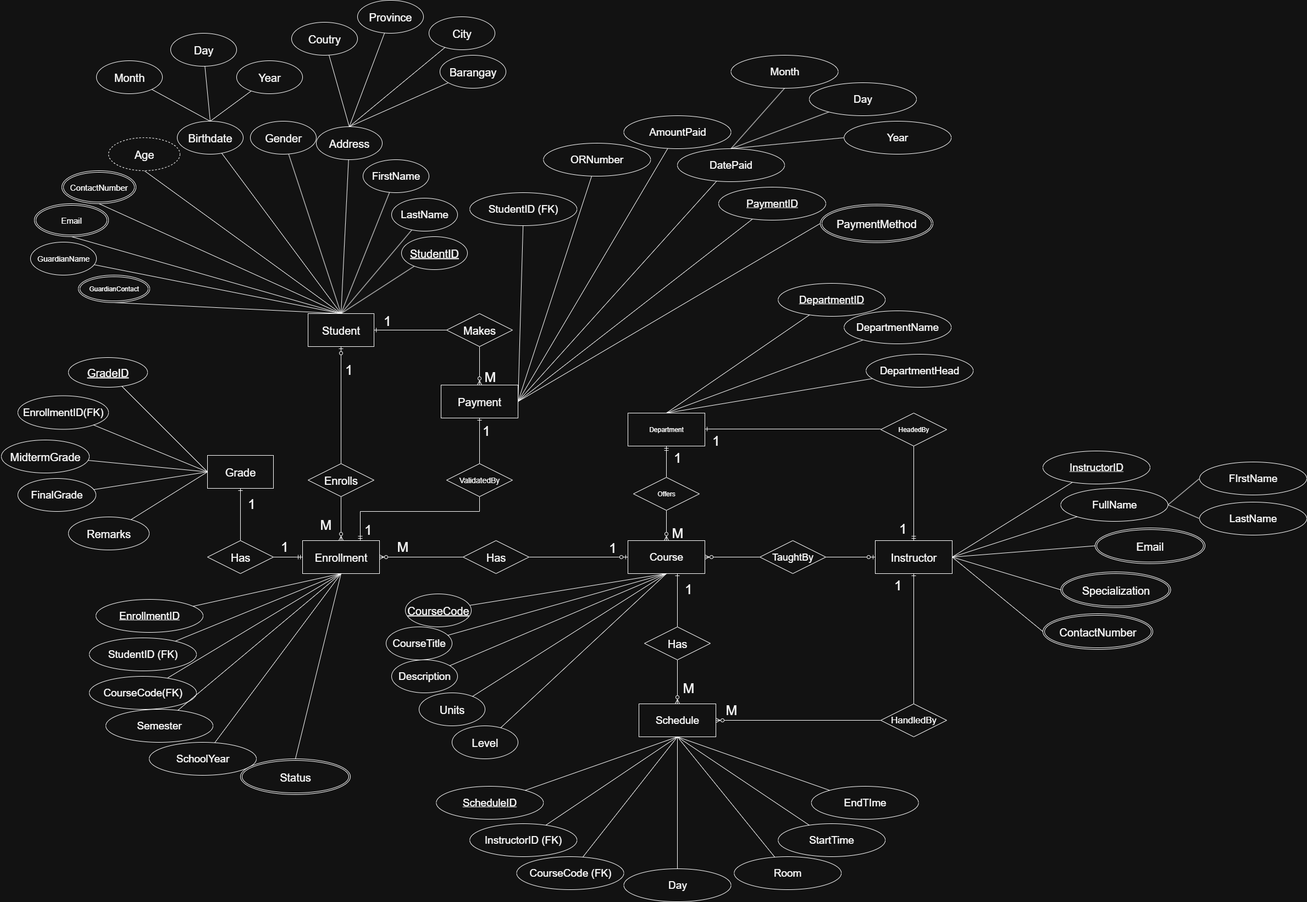
Before: Projects/balaguer.drawio.png, a diagram exported from draw.io (N0Obitaz/DrawIODiagrams). Source tidied: cells renumbered, new cells last; positions are measured from the earlier drawing's top-left corner, leaving out a move shared by most shapes.
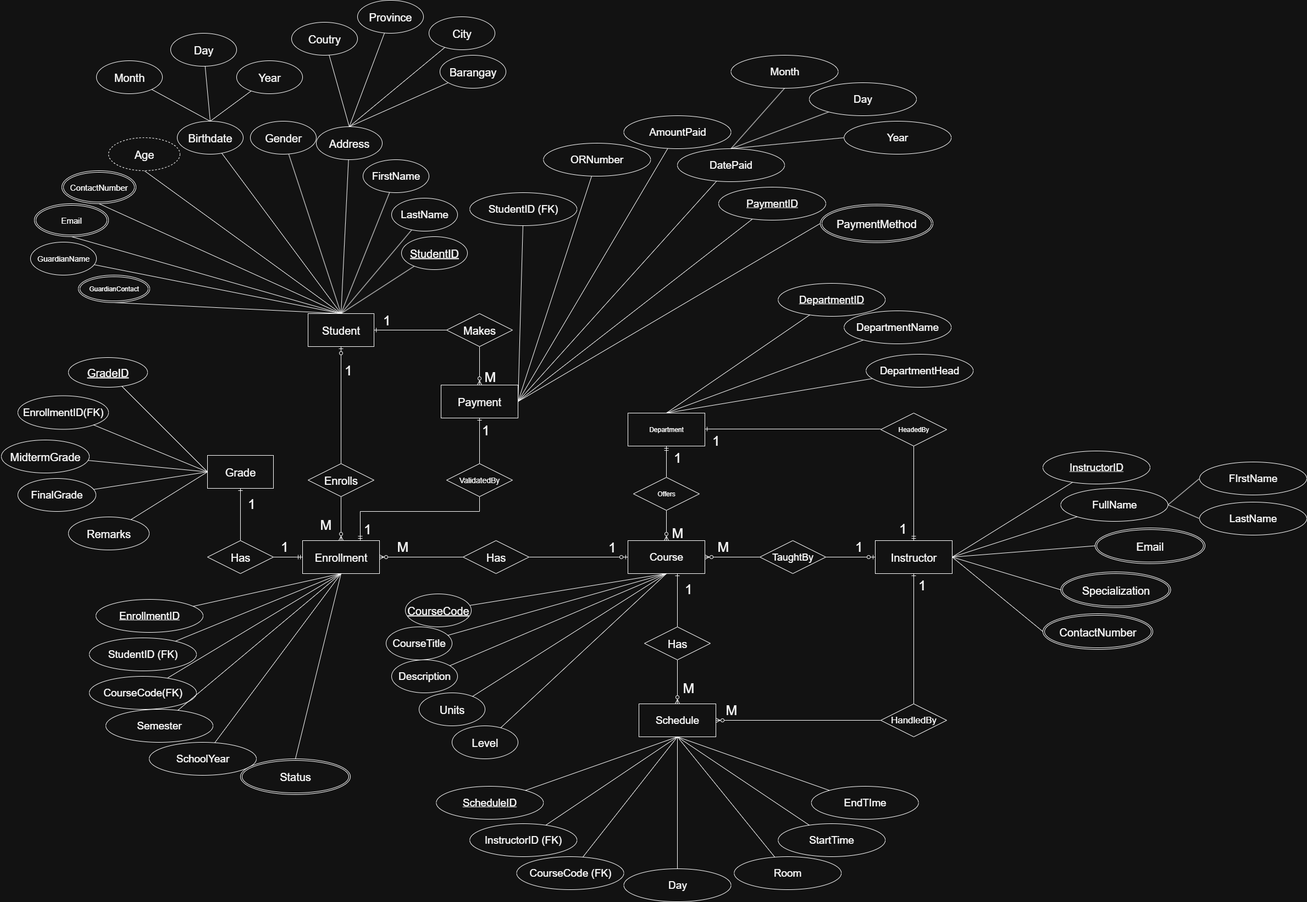
After the change.

Diff of the diagram source:
```diff
@@ -523,7 +523,7 @@
       <mxGeometry x="1309.5" y="1270" width="40" height="40" as="geometry" />
     </mxCell>
     <mxCell id="170" value="&lt;span style=&quot;font-size: 25px;&quot;&gt;1&lt;/span&gt;" style="text;html=1;align=center;verticalAlign=middle;strokeColor=none;fillColor=none;" parent="1" vertex="1">
-      <mxGeometry x="1612.8" y="1043" width="40" height="40" as="geometry" />
+      <mxGeometry x="1657" y="1043" width="40" height="40" as="geometry" />
     </mxCell>
     <mxCell id="171" value="&lt;span style=&quot;font-size: 25px;&quot;&gt;1&lt;/span&gt;" style="text;html=1;align=center;verticalAlign=middle;strokeColor=none;fillColor=none;" parent="1" vertex="1">
       <mxGeometry x="1622" y="940" width="40" height="40" as="geometry" />
@@ -555,5 +555,11 @@
     <mxCell id="180" value="&lt;font style=&quot;font-size: 25px;&quot;&gt;1&lt;/font&gt;" style="edgeLabel;html=1;align=center;verticalAlign=middle;" parent="1" vertex="1">
       <mxGeometry x="1112" y="993" as="geometry" />
     </mxCell>
+    <mxCell id="181" value="&lt;span style=&quot;font-size: 25px;&quot;&gt;M&lt;/span&gt;" style="text;html=1;align=center;verticalAlign=middle;strokeColor=none;fillColor=none;" parent="1" vertex="1">
+      <mxGeometry x="1295.2" y="973" width="40" height="40" as="geometry" />
+    </mxCell>
+    <mxCell id="182" value="&lt;span style=&quot;font-size: 25px;&quot;&gt;1&lt;/span&gt;" style="text;html=1;align=center;verticalAlign=middle;strokeColor=none;fillColor=none;" parent="1" vertex="1">
+      <mxGeometry x="1542" y="972.5" width="40" height="40" as="geometry" />
+    </mxCell>
   </root>
 </mxGraphModel>
```
